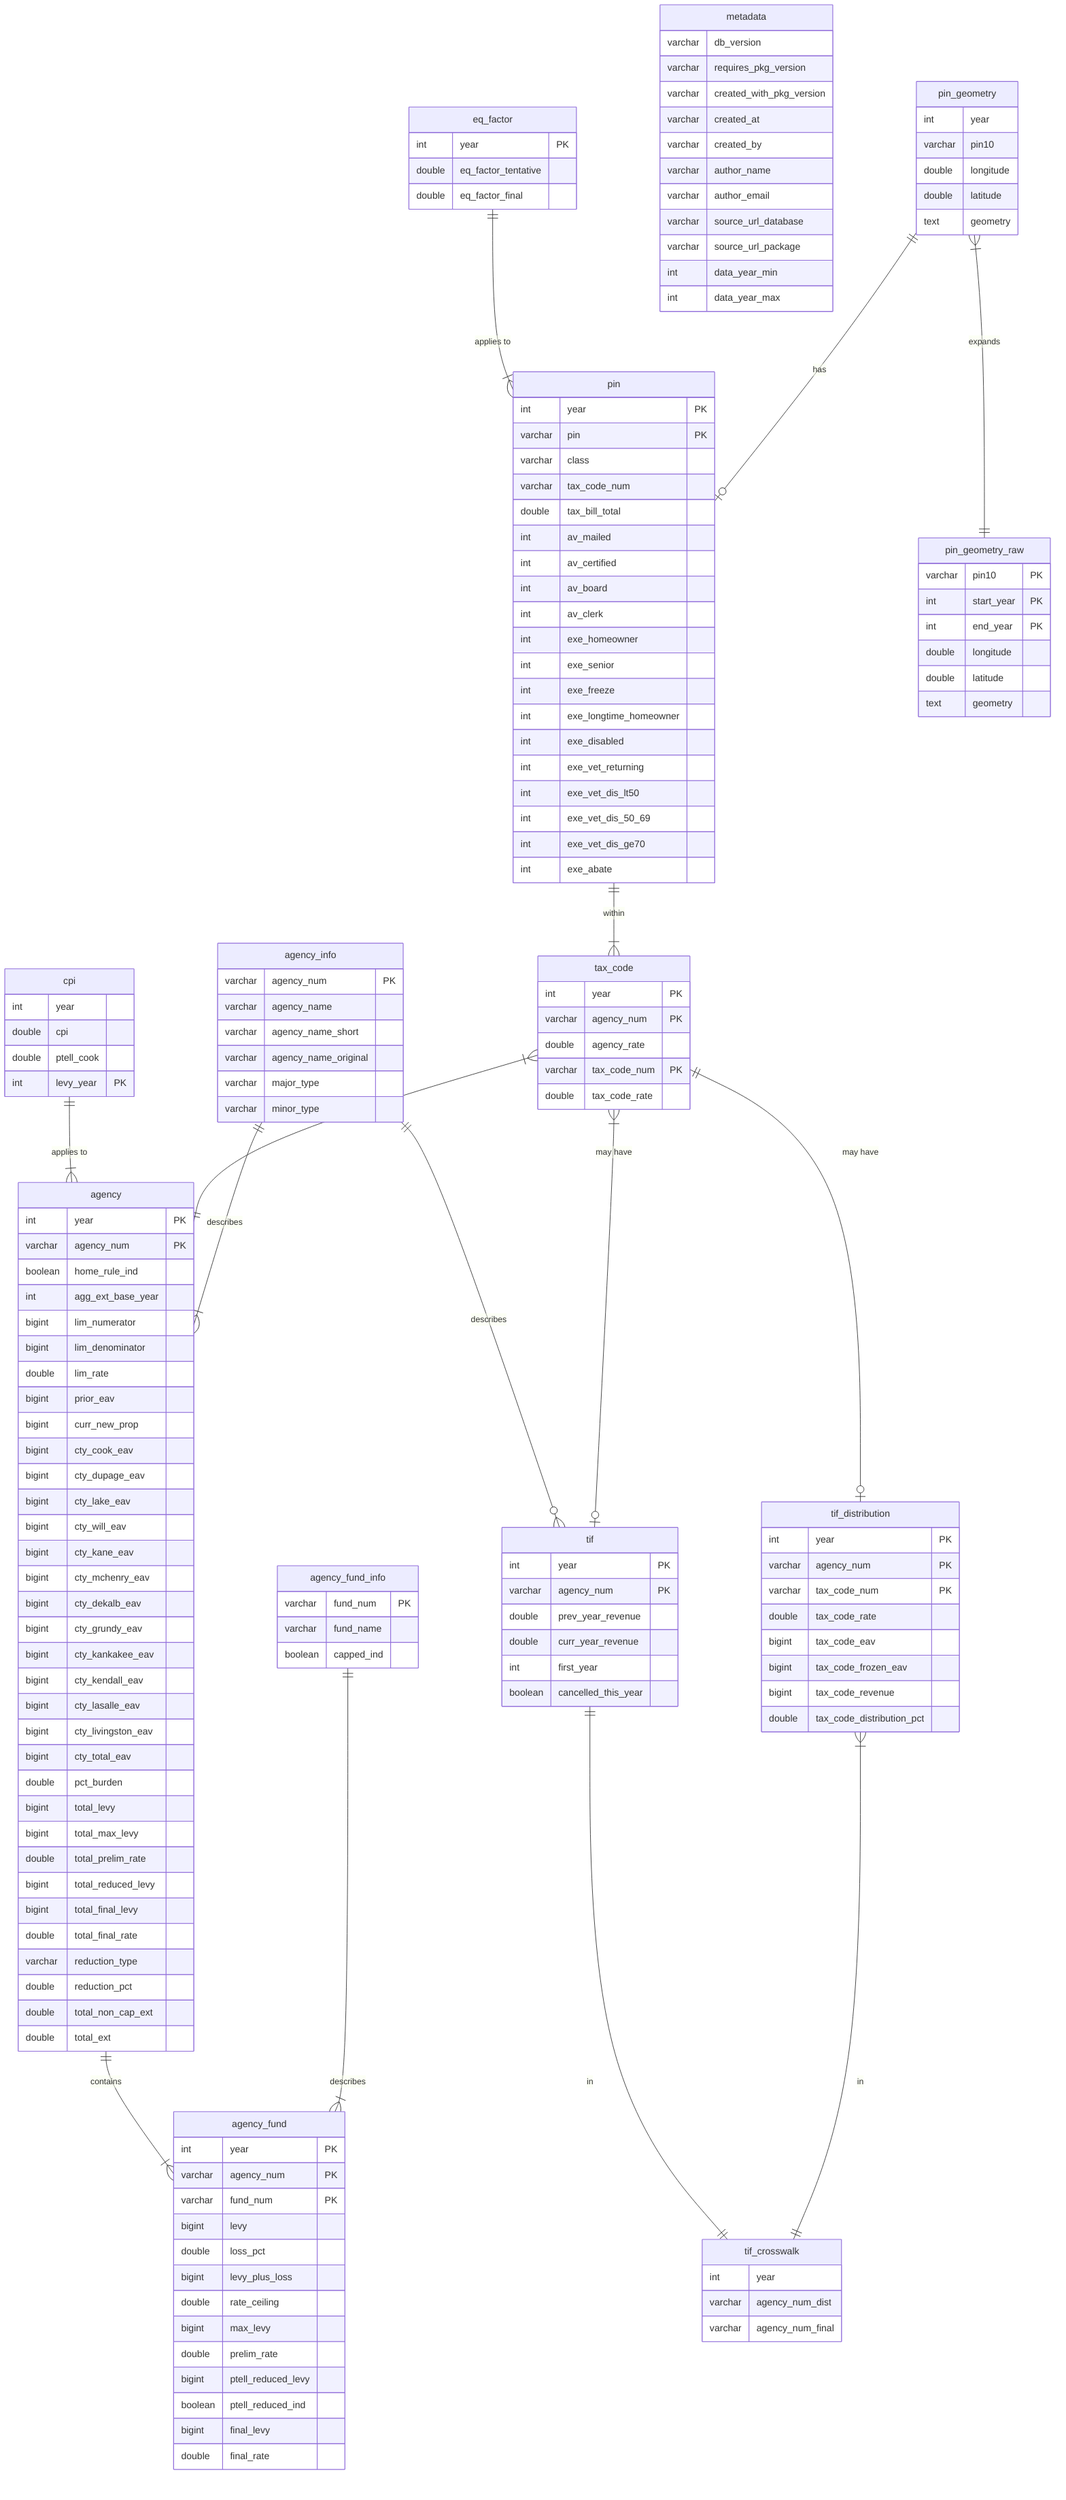
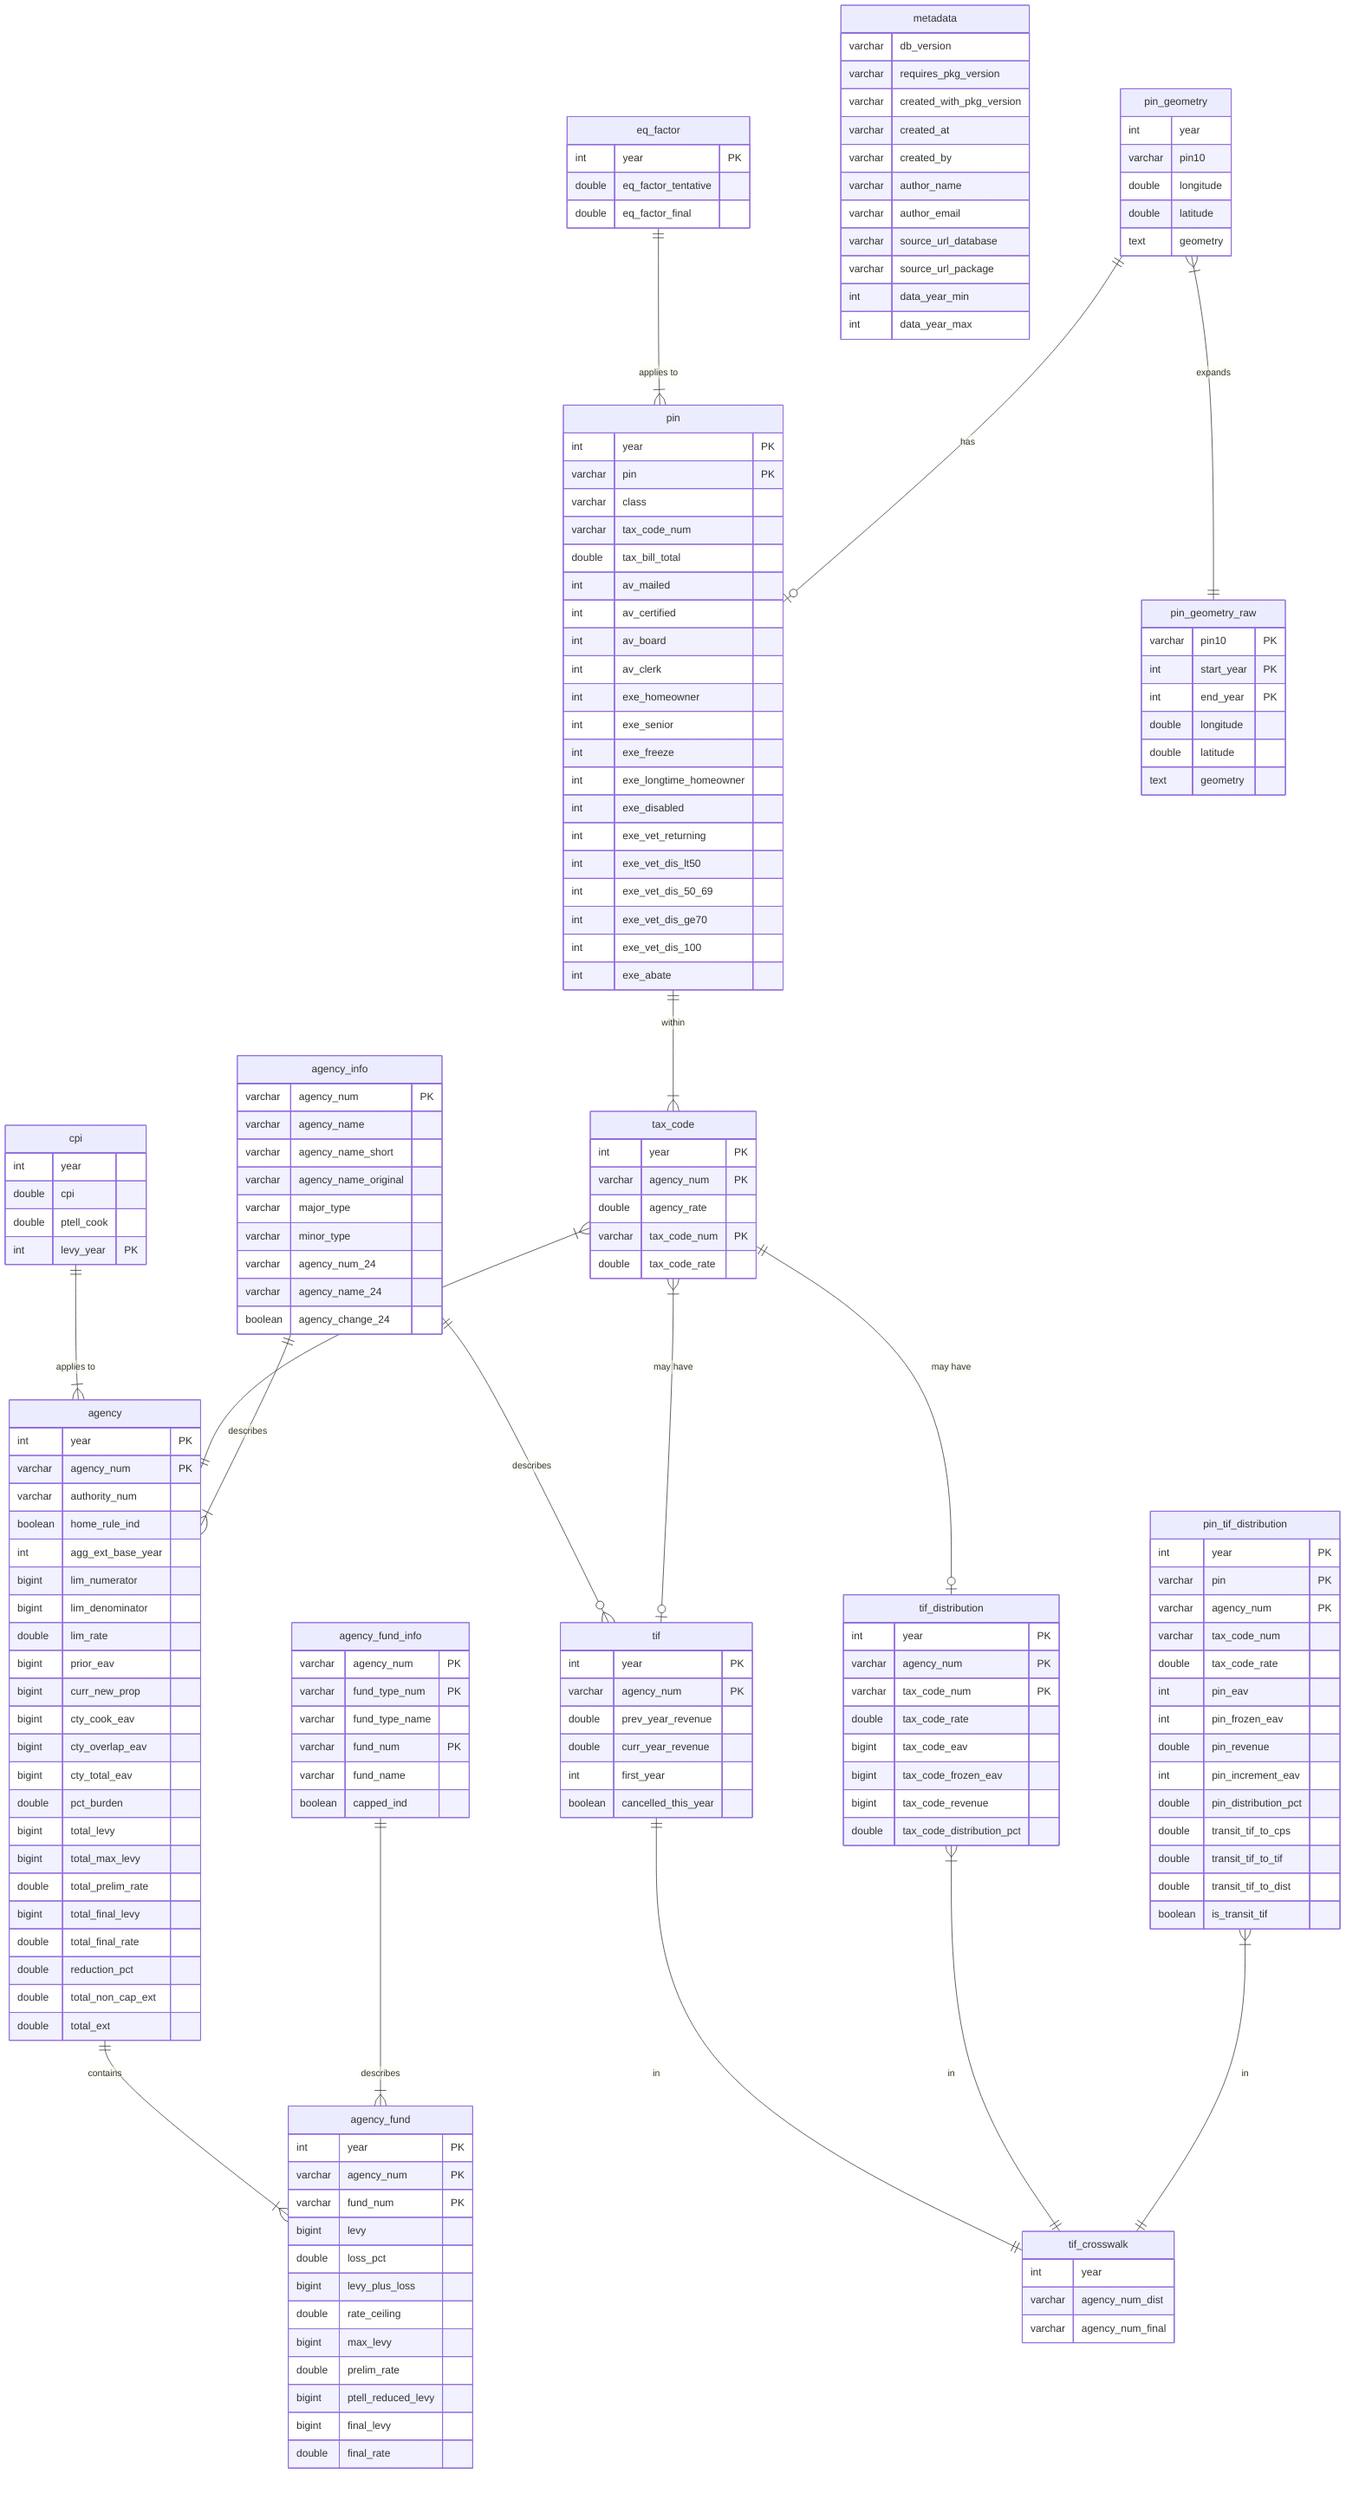
erDiagram

  agency {
    int     year              PK
    varchar agency_num        PK
+     varchar authority_num
    boolean home_rule_ind
    int     agg_ext_base_year
    bigint  lim_numerator
    bigint  lim_denominator
    double  lim_rate
    bigint  prior_eav
    bigint  curr_new_prop
    bigint  cty_cook_eav
-     bigint  cty_dupage_eav
-     bigint  cty_lake_eav
-     bigint  cty_will_eav
-     bigint  cty_kane_eav
-     bigint  cty_mchenry_eav
-     bigint  cty_dekalb_eav
-     bigint  cty_grundy_eav
-     bigint  cty_kankakee_eav
-     bigint  cty_kendall_eav
-     bigint  cty_lasalle_eav
-     bigint  cty_livingston_eav
+     bigint  cty_overlap_eav
    bigint  cty_total_eav
    double  pct_burden
    bigint  total_levy
    bigint  total_max_levy
    double  total_prelim_rate
-     bigint  total_reduced_levy
    bigint  total_final_levy
    double  total_final_rate
-     varchar reduction_type
    double  reduction_pct
    double  total_non_cap_ext
    double  total_ext
  }

  agency_info {
    varchar agency_num         PK
    varchar agency_name
    varchar agency_name_short
    varchar agency_name_original
    varchar major_type
    varchar minor_type
+     varchar agency_num_24
+     varchar agency_name_24
+     boolean agency_change_24
  }

  agency_fund {
    int     year               PK
    varchar agency_num         PK
    varchar fund_num           PK
    bigint  levy
    double  loss_pct
    bigint  levy_plus_loss
    double  rate_ceiling
    bigint  max_levy
    double  prelim_rate
    bigint  ptell_reduced_levy
-     boolean ptell_reduced_ind
    bigint  final_levy
    double  final_rate
  }

  agency_fund_info {
+     varchar agency_num         PK
+     varchar fund_type_num      PK
+     varchar fund_type_name
    varchar fund_num           PK
    varchar fund_name
    boolean capped_ind
  }

  cpi {
    int     year
    double  cpi
    double  ptell_cook
    int     levy_year          PK
  }

  eq_factor {
    int     year               PK
    double  eq_factor_tentative
    double  eq_factor_final
  }

  metadata {
    varchar db_version
    varchar requires_pkg_version
    varchar created_with_pkg_version
    varchar created_at
    varchar created_by
    varchar author_name
    varchar author_email
    varchar source_url_database
    varchar source_url_package
    int     data_year_min
    int     data_year_max
  }

  pin {
    int     year               PK
    varchar pin                PK
    varchar class
    varchar tax_code_num
    double  tax_bill_total
    int     av_mailed
    int     av_certified
    int     av_board
    int     av_clerk
    int     exe_homeowner
    int     exe_senior
    int     exe_freeze
    int     exe_longtime_homeowner
    int     exe_disabled
    int     exe_vet_returning
    int     exe_vet_dis_lt50
    int     exe_vet_dis_50_69
    int     exe_vet_dis_ge70
+     int     exe_vet_dis_100
    int     exe_abate
  }

  pin_geometry {
    int     year
    varchar pin10
    double  longitude
    double  latitude
    text    geometry
  }

  pin_geometry_raw {
    varchar pin10              PK
    int     start_year         PK
    int     end_year           PK
    double  longitude
    double  latitude
    text    geometry
  }

  tax_code {
    int     year               PK
    varchar agency_num         PK
    double  agency_rate
    varchar tax_code_num       PK
    double  tax_code_rate
  }

  tif {
    int     year               PK
    varchar agency_num         PK
    double  prev_year_revenue
    double  curr_year_revenue
    int     first_year
    boolean cancelled_this_year
  }

  tif_crosswalk {
    int     year
    varchar agency_num_dist
    varchar agency_num_final
  }

  tif_distribution {
    int     year               PK
    varchar agency_num         PK
    varchar tax_code_num       PK
    double  tax_code_rate
    bigint  tax_code_eav
    bigint  tax_code_frozen_eav
    bigint  tax_code_revenue
    double  tax_code_distribution_pct
  }

+   pin_tif_distribution {
+     int     year               PK
+     varchar pin                PK
+     varchar agency_num         PK
+     varchar tax_code_num
+     double  tax_code_rate
+     int     pin_eav
+     int     pin_frozen_eav
+     double  pin_revenue
+     int     pin_increment_eav
+     double  pin_distribution_pct
+     double  transit_tif_to_cps
+     double  transit_tif_to_tif
+     double  transit_tif_to_dist
+     boolean is_transit_tif
+   }
+ 
  eq_factor ||--|{ pin : "applies to"
  pin ||--|{ tax_code : "within"
  cpi ||--|{ agency : "applies to"
  tax_code }|--|| agency : "has"
  tax_code ||--o| tif_distribution : "may have"
  agency ||--|{ agency_fund : "contains"
  agency_info ||--|{ agency : "describes"
  agency_fund_info ||--|{ agency_fund : "describes"
  tif ||--|| tif_crosswalk : "in"
  tif_distribution }|--|| tif_crosswalk : "in"
+   pin_tif_distribution }|--|| tif_crosswalk : "in"
  agency_info ||--o{ tif: "describes"
  tax_code }|--o| tif : "may have"
  pin_geometry ||--o| pin : "has"
  pin_geometry }|--|| pin_geometry_raw : "expands"
